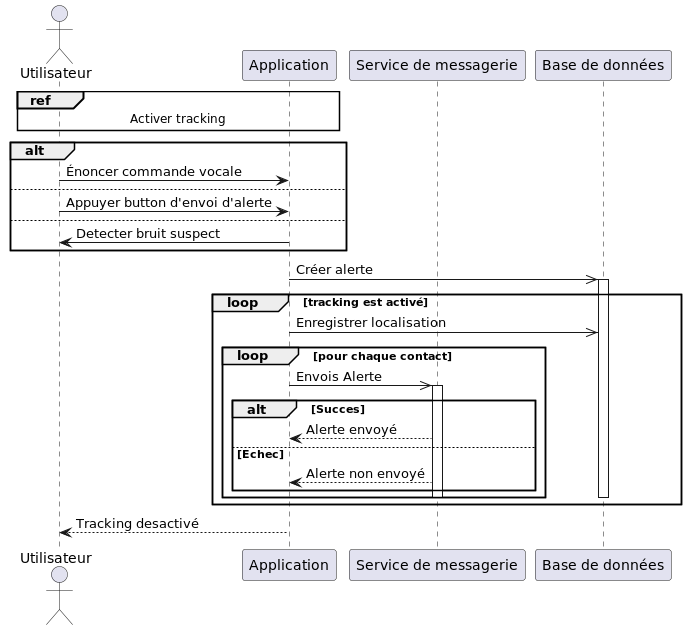
yveskalume/tfe keeps this PlantUML diagram as images/envoyer_alerte.png. Above is the earlier version.
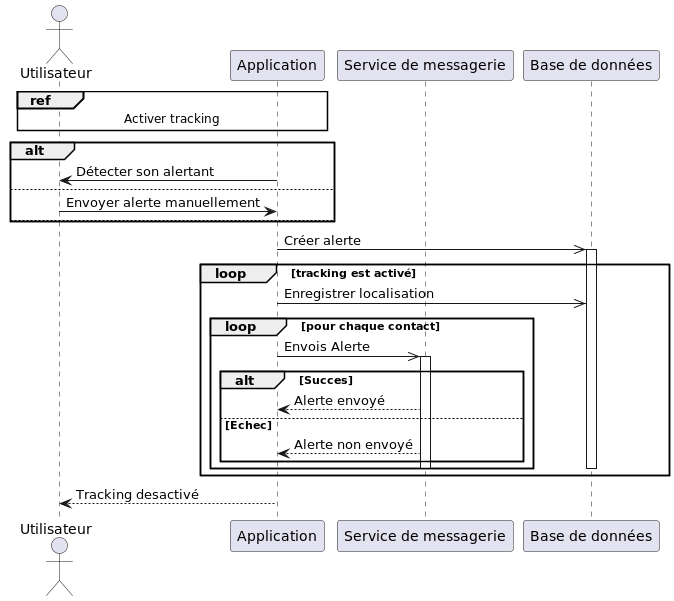
After the change.

Change to the diagram source:
```diff
@@ -8,11 +8,11 @@
 ref over Utilisateur, Application : Activer tracking
 
 alt
-    Utilisateur -> Application : Énoncer commande vocale
+    Application -> Utilisateur : Détecter son alertant
 else
-    Utilisateur -> Application : Appuyer button d'envoi d'alerte
+    Utilisateur -> Application : Envoyer alerte manuellement
 else
-    Application -> Utilisateur : Detecter bruit suspect
+
 end
     Application ->> DB : Créer alerte
     activate DB
```
